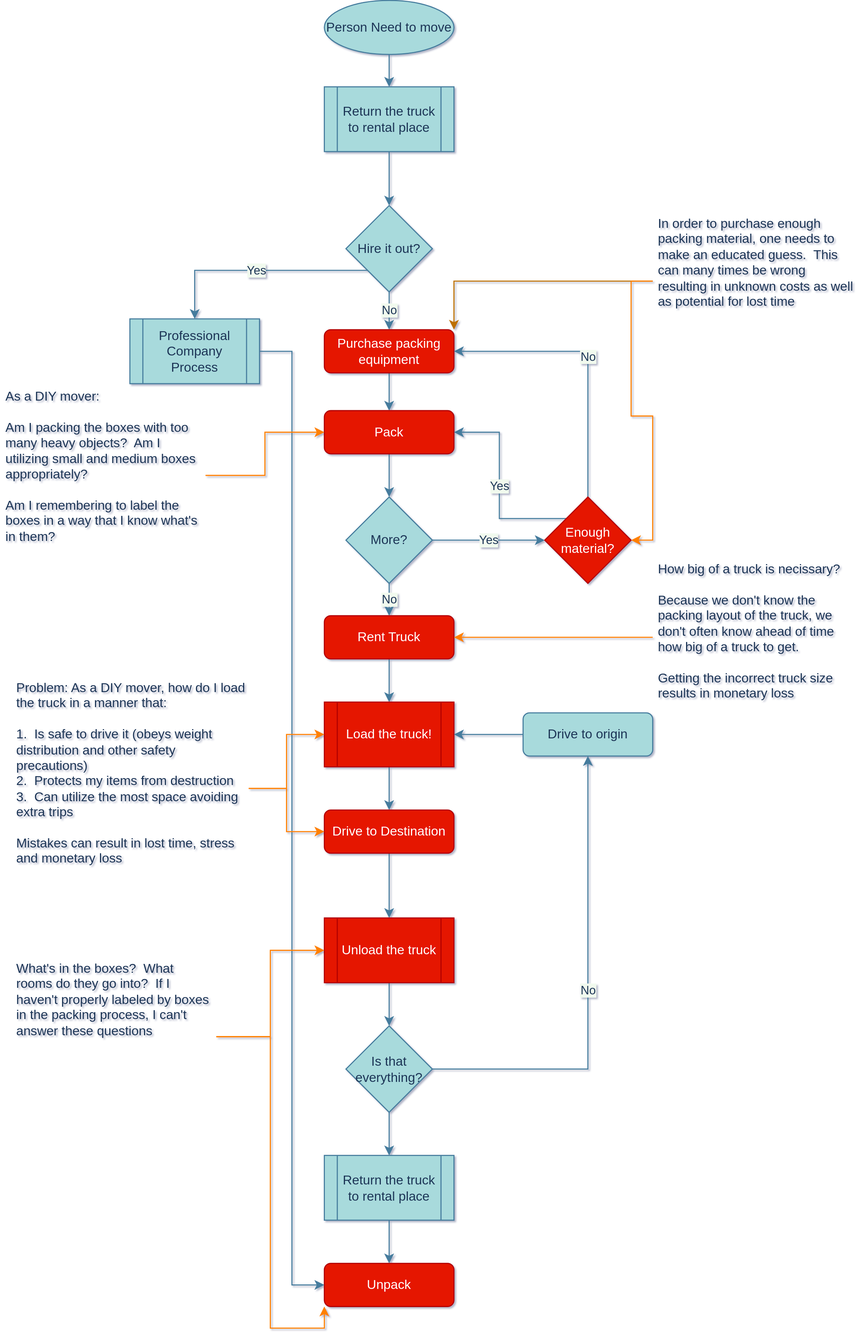
This is Documents/Moving High Level Overview.svg from LP-76/load.in, a draw.io export, as it was before one commit. Source tidied: cells renumbered, new cells last; positions are measured from the earlier drawing's top-left corner, leaving out a move shared by most shapes. Source of this version:
```xml
<mxGraphModel background="#F1FAEE" shadow="1">
  <root>
    <mxCell id="0" />
    <mxCell id="1" parent="0" />
    <mxCell id="2" style="edgeStyle=orthogonalEdgeStyle;rounded=0;jettySize=auto;html=1;entryX=0.5;entryY=0;entryDx=0;entryDy=0;labelBackgroundColor=#F1FAEE;strokeColor=#457B9D;fontColor=#1D3557;" parent="1" edge="1" source="3" target="50">
      <mxGeometry relative="1" as="geometry" />
    </mxCell>
    <mxCell id="3" value="Person Need to move" style="ellipse;whiteSpace=wrap;html=1;fillColor=#A8DADC;strokeColor=#457B9D;fontColor=#1D3557;" parent="1" vertex="1">
      <mxGeometry x="300" width="120" height="50" as="geometry" />
    </mxCell>
    <mxCell id="4" value="No" style="edgeStyle=orthogonalEdgeStyle;rounded=0;jettySize=auto;html=1;labelBackgroundColor=#F1FAEE;strokeColor=#457B9D;fontColor=#1D3557;" parent="1" edge="1" source="6" target="8">
      <mxGeometry relative="1" as="geometry" />
    </mxCell>
    <mxCell id="5" value="Yes" style="edgeStyle=orthogonalEdgeStyle;rounded=0;jettySize=auto;html=1;exitX=0;exitY=1;exitDx=0;exitDy=0;labelBackgroundColor=#F1FAEE;strokeColor=#457B9D;fontColor=#1D3557;" parent="1" edge="1" source="6" target="34">
      <mxGeometry relative="1" as="geometry" />
    </mxCell>
    <mxCell id="6" value="Hire it out?" style="rhombus;whiteSpace=wrap;html=1;fillColor=#A8DADC;strokeColor=#457B9D;fontColor=#1D3557;" parent="1" vertex="1">
      <mxGeometry x="320" y="190" width="80" height="80" as="geometry" />
    </mxCell>
    <mxCell id="7" style="edgeStyle=orthogonalEdgeStyle;rounded=0;jettySize=auto;html=1;labelBackgroundColor=#F1FAEE;strokeColor=#457B9D;fontColor=#1D3557;" parent="1" edge="1" source="8" target="10">
      <mxGeometry relative="1" as="geometry" />
    </mxCell>
    <mxCell id="8" value="Purchase packing equipment" style="rounded=1;whiteSpace=wrap;html=1;fontSize=12;glass=0;strokeWidth=1;shadow=0;fillColor=#e51400;strokeColor=#B20000;fontColor=#ffffff;" parent="1" vertex="1">
      <mxGeometry x="300" y="305" width="120" height="40" as="geometry" />
    </mxCell>
    <mxCell id="9" style="edgeStyle=orthogonalEdgeStyle;rounded=0;jettySize=auto;html=1;labelBackgroundColor=#F1FAEE;strokeColor=#457B9D;fontColor=#1D3557;" parent="1" edge="1" source="10" target="13">
      <mxGeometry relative="1" as="geometry" />
    </mxCell>
    <mxCell id="10" value="Pack" style="rounded=1;whiteSpace=wrap;html=1;fontSize=12;glass=0;strokeWidth=1;shadow=0;fillColor=#e51400;strokeColor=#B20000;fontColor=#ffffff;" parent="1" vertex="1">
      <mxGeometry x="300" y="380" width="120" height="40" as="geometry" />
    </mxCell>
    <mxCell id="11" value="Yes" style="edgeStyle=orthogonalEdgeStyle;rounded=0;jettySize=auto;html=1;labelBackgroundColor=#F1FAEE;strokeColor=#457B9D;fontColor=#1D3557;" parent="1" edge="1" source="13" target="16">
      <mxGeometry relative="1" as="geometry" />
    </mxCell>
    <mxCell id="12" value="No" style="edgeStyle=orthogonalEdgeStyle;rounded=0;jettySize=auto;html=1;labelBackgroundColor=#F1FAEE;strokeColor=#457B9D;fontColor=#1D3557;" parent="1" edge="1" source="13" target="18">
      <mxGeometry relative="1" as="geometry" />
    </mxCell>
    <mxCell id="13" value="More?" style="rhombus;whiteSpace=wrap;html=1;fillColor=#A8DADC;strokeColor=#457B9D;fontColor=#1D3557;" parent="1" vertex="1">
      <mxGeometry x="320" y="460" width="80" height="80" as="geometry" />
    </mxCell>
    <mxCell id="14" value="No" style="edgeStyle=orthogonalEdgeStyle;rounded=0;jettySize=auto;html=1;entryX=1;entryY=0.5;entryDx=0;entryDy=0;exitX=0.5;exitY=0;exitDx=0;exitDy=0;labelBackgroundColor=#F1FAEE;strokeColor=#457B9D;fontColor=#1D3557;" parent="1" edge="1" source="16" target="8">
      <mxGeometry relative="1" as="geometry" />
    </mxCell>
    <mxCell id="15" value="Yes" style="edgeStyle=orthogonalEdgeStyle;rounded=0;jettySize=auto;html=1;entryX=1;entryY=0.5;entryDx=0;entryDy=0;exitX=0;exitY=0;exitDx=0;exitDy=0;labelBackgroundColor=#F1FAEE;strokeColor=#457B9D;fontColor=#1D3557;" parent="1" edge="1" source="16" target="10">
      <mxGeometry relative="1" as="geometry" />
    </mxCell>
    <mxCell id="16" value="Enough material?" style="rhombus;whiteSpace=wrap;html=1;fillColor=#e51400;strokeColor=#B20000;fontColor=#ffffff;" parent="1" vertex="1">
      <mxGeometry x="504" y="460" width="80" height="80" as="geometry" />
    </mxCell>
    <mxCell id="17" style="edgeStyle=orthogonalEdgeStyle;rounded=0;jettySize=auto;html=1;labelBackgroundColor=#F1FAEE;strokeColor=#457B9D;fontColor=#1D3557;" parent="1" edge="1" source="18" target="20">
      <mxGeometry relative="1" as="geometry" />
    </mxCell>
    <mxCell id="18" value="Rent Truck" style="rounded=1;whiteSpace=wrap;html=1;fontSize=12;glass=0;strokeWidth=1;shadow=0;fillColor=#e51400;strokeColor=#B20000;fontColor=#ffffff;" parent="1" vertex="1">
      <mxGeometry x="300" y="570" width="120" height="40" as="geometry" />
    </mxCell>
    <mxCell id="19" style="edgeStyle=orthogonalEdgeStyle;rounded=0;jettySize=auto;html=1;labelBackgroundColor=#F1FAEE;strokeColor=#457B9D;fontColor=#1D3557;" parent="1" edge="1" source="20" target="22">
      <mxGeometry relative="1" as="geometry" />
    </mxCell>
    <mxCell id="20" value="Load the truck!" style="shape=process;whiteSpace=wrap;html=1;backgroundOutline=1;fillColor=#e51400;strokeColor=#B20000;fontColor=#ffffff;" parent="1" vertex="1">
      <mxGeometry x="300" y="650" width="120" height="60" as="geometry" />
    </mxCell>
    <mxCell id="21" style="edgeStyle=orthogonalEdgeStyle;rounded=0;jettySize=auto;html=1;labelBackgroundColor=#F1FAEE;strokeColor=#457B9D;fontColor=#1D3557;" parent="1" edge="1" source="22" target="24">
      <mxGeometry relative="1" as="geometry" />
    </mxCell>
    <mxCell id="22" value="Drive to Destination" style="rounded=1;whiteSpace=wrap;html=1;fontSize=12;glass=0;strokeWidth=1;shadow=0;fillColor=#e51400;strokeColor=#B20000;fontColor=#ffffff;" parent="1" vertex="1">
      <mxGeometry x="300" y="750" width="120" height="40" as="geometry" />
    </mxCell>
    <mxCell id="23" style="edgeStyle=orthogonalEdgeStyle;rounded=0;jettySize=auto;html=1;labelBackgroundColor=#F1FAEE;strokeColor=#457B9D;fontColor=#1D3557;" parent="1" edge="1" source="24" target="27">
      <mxGeometry relative="1" as="geometry" />
    </mxCell>
    <mxCell id="24" value="Unload the truck" style="shape=process;whiteSpace=wrap;html=1;backgroundOutline=1;fillColor=#e51400;strokeColor=#B20000;fontColor=#ffffff;" parent="1" vertex="1">
      <mxGeometry x="300" y="850" width="120" height="60" as="geometry" />
    </mxCell>
    <mxCell id="25" value="No" style="edgeStyle=orthogonalEdgeStyle;rounded=0;jettySize=auto;html=1;entryX=0.5;entryY=1;entryDx=0;entryDy=0;labelBackgroundColor=#F1FAEE;strokeColor=#457B9D;fontColor=#1D3557;" parent="1" edge="1" source="27" target="29">
      <mxGeometry relative="1" as="geometry" />
    </mxCell>
    <mxCell id="26" style="edgeStyle=orthogonalEdgeStyle;rounded=0;jettySize=auto;html=1;labelBackgroundColor=#F1FAEE;strokeColor=#457B9D;fontColor=#1D3557;" parent="1" edge="1" source="27" target="31">
      <mxGeometry relative="1" as="geometry" />
    </mxCell>
    <mxCell id="27" value="Is that everything?" style="rhombus;whiteSpace=wrap;html=1;fillColor=#A8DADC;strokeColor=#457B9D;fontColor=#1D3557;" parent="1" vertex="1">
      <mxGeometry x="320" y="950" width="80" height="80" as="geometry" />
    </mxCell>
    <mxCell id="28" style="edgeStyle=orthogonalEdgeStyle;rounded=0;jettySize=auto;html=1;labelBackgroundColor=#F1FAEE;strokeColor=#457B9D;fontColor=#1D3557;" parent="1" edge="1" source="29" target="20">
      <mxGeometry relative="1" as="geometry" />
    </mxCell>
    <mxCell id="29" value="Drive to origin" style="rounded=1;whiteSpace=wrap;html=1;fontSize=12;glass=0;strokeWidth=1;shadow=0;fillColor=#A8DADC;strokeColor=#457B9D;fontColor=#1D3557;" parent="1" vertex="1">
      <mxGeometry x="484" y="660" width="120" height="40" as="geometry" />
    </mxCell>
    <mxCell id="30" style="edgeStyle=orthogonalEdgeStyle;rounded=0;jettySize=auto;html=1;labelBackgroundColor=#F1FAEE;strokeColor=#457B9D;fontColor=#1D3557;" parent="1" edge="1" source="31" target="32">
      <mxGeometry relative="1" as="geometry" />
    </mxCell>
    <mxCell id="31" value="Return the truck to rental place" style="shape=process;whiteSpace=wrap;html=1;backgroundOutline=1;fillColor=#A8DADC;strokeColor=#457B9D;fontColor=#1D3557;" parent="1" vertex="1">
      <mxGeometry x="300" y="1070" width="120" height="60" as="geometry" />
    </mxCell>
    <mxCell id="32" value="Unpack" style="rounded=1;whiteSpace=wrap;html=1;fontSize=12;glass=0;strokeWidth=1;shadow=0;fillColor=#e51400;strokeColor=#B20000;fontColor=#ffffff;" parent="1" vertex="1">
      <mxGeometry x="300" y="1170" width="120" height="40" as="geometry" />
    </mxCell>
    <mxCell id="33" style="edgeStyle=orthogonalEdgeStyle;rounded=0;jettySize=auto;html=1;entryX=0;entryY=0.5;entryDx=0;entryDy=0;labelBackgroundColor=#F1FAEE;strokeColor=#457B9D;fontColor=#1D3557;" parent="1" edge="1" source="34" target="32">
      <mxGeometry relative="1" as="geometry" />
    </mxCell>
    <mxCell id="34" value="Professional Company Process" style="shape=process;whiteSpace=wrap;html=1;backgroundOutline=1;fillColor=#A8DADC;strokeColor=#457B9D;fontColor=#1D3557;" parent="1" vertex="1">
      <mxGeometry x="120" y="295" width="120" height="60" as="geometry" />
    </mxCell>
    <mxCell id="35" style="edgeStyle=orthogonalEdgeStyle;rounded=0;jettySize=auto;html=1;strokeColor=#BD7000;entryX=1;entryY=0;entryDx=0;entryDy=0;labelBackgroundColor=#F1FAEE;fontColor=#1D3557;fillColor=#f0a30a;" parent="1" edge="1" source="37" target="8">
      <mxGeometry relative="1" as="geometry" />
    </mxCell>
    <mxCell id="36" style="edgeStyle=orthogonalEdgeStyle;rounded=0;jettySize=auto;html=1;entryX=1;entryY=0.5;entryDx=0;entryDy=0;labelBackgroundColor=#F1FAEE;fontColor=#1D3557;strokeColor=#FF8000;" parent="1" edge="1" source="37" target="16">
      <mxGeometry relative="1" as="geometry" />
    </mxCell>
    <mxCell id="37" value="In order to purchase enough packing material, one needs to make an educated guess.&amp;nbsp; This can many times be wrong resulting in unknown costs as well as potential for lost time" style="text;html=1;strokeColor=none;fillColor=none;spacing=5;spacingTop=-20;whiteSpace=wrap;overflow=hidden;rounded=0;fontColor=#1D3557;" parent="1" vertex="1">
      <mxGeometry x="604" y="210" width="190" height="100" as="geometry" />
    </mxCell>
    <mxCell id="38" style="edgeStyle=orthogonalEdgeStyle;rounded=0;jettySize=auto;html=1;labelBackgroundColor=#F1FAEE;fontColor=#1D3557;strokeColor=#FF8000;" parent="1" edge="1" source="39" target="18">
      <mxGeometry relative="1" as="geometry" />
    </mxCell>
    <mxCell id="39" value="&lt;div&gt;How big of a truck is necissary?&lt;/div&gt;&lt;div&gt;&lt;br&gt;&lt;/div&gt;&lt;div&gt;Because we don't know the packing layout of the truck, we don't often know ahead of time how big of a truck to get.&lt;/div&gt;&lt;div&gt;&lt;br&gt;&lt;/div&gt;&lt;div&gt;Getting the incorrect truck size results in monetary loss&lt;br&gt;&lt;/div&gt;" style="text;html=1;strokeColor=none;fillColor=none;spacing=5;spacingTop=-20;whiteSpace=wrap;overflow=hidden;rounded=0;fontColor=#1D3557;" parent="1" vertex="1">
      <mxGeometry x="604" y="530" width="190" height="120" as="geometry" />
    </mxCell>
    <mxCell id="40" style="edgeStyle=orthogonalEdgeStyle;rounded=0;jettySize=auto;html=1;labelBackgroundColor=#F1FAEE;fontColor=#1D3557;strokeColor=#FF8000;" parent="1" edge="1" source="42" target="20">
      <mxGeometry relative="1" as="geometry" />
    </mxCell>
    <mxCell id="41" style="edgeStyle=orthogonalEdgeStyle;rounded=0;jettySize=auto;html=1;labelBackgroundColor=#F1FAEE;fontColor=#1D3557;strokeColor=#FF8000;" parent="1" edge="1" source="42" target="22">
      <mxGeometry relative="1" as="geometry" />
    </mxCell>
    <mxCell id="42" value="&lt;div&gt;Problem: As a DIY mover, how do I load the truck in a manner that:&lt;/div&gt;&lt;div&gt;&lt;br&gt;&lt;/div&gt;&lt;div&gt;1.&amp;nbsp; Is safe to drive it (obeys weight distribution and other safety precautions)&lt;br&gt;&lt;/div&gt;&lt;div&gt;2.&amp;nbsp; Protects my items from destruction&lt;/div&gt;&lt;div&gt;3.&amp;nbsp; Can utilize the most space avoiding extra trips&lt;/div&gt;&lt;div&gt;&lt;br&gt;&lt;/div&gt;&lt;div&gt;Mistakes can result in lost time, stress and monetary loss&lt;br&gt;&lt;/div&gt;" style="text;html=1;strokeColor=none;fillColor=none;spacing=5;spacingTop=-20;whiteSpace=wrap;overflow=hidden;rounded=0;fontColor=#1D3557;" parent="1" vertex="1">
      <mxGeometry x="10" y="640" width="220" height="180" as="geometry" />
    </mxCell>
    <mxCell id="43" style="edgeStyle=orthogonalEdgeStyle;rounded=0;jettySize=auto;html=1;entryX=0;entryY=0.5;entryDx=0;entryDy=0;labelBackgroundColor=#F1FAEE;fontColor=#1D3557;strokeColor=#FF8000;" parent="1" edge="1" source="45" target="24">
      <mxGeometry relative="1" as="geometry" />
    </mxCell>
    <mxCell id="44" style="edgeStyle=orthogonalEdgeStyle;rounded=0;jettySize=auto;html=1;entryX=0;entryY=1;entryDx=0;entryDy=0;labelBackgroundColor=#F1FAEE;fontColor=#1D3557;strokeColor=#FF8000;" parent="1" edge="1" source="45" target="32">
      <mxGeometry relative="1" as="geometry" />
    </mxCell>
    <mxCell id="45" value="What's in the boxes?&amp;nbsp; What rooms do they go into?&amp;nbsp; If I haven't properly labeled by boxes in the packing process, I can't answer these questions" style="text;html=1;strokeColor=none;fillColor=none;spacing=5;spacingTop=-20;whiteSpace=wrap;overflow=hidden;rounded=0;fontColor=#1D3557;" parent="1" vertex="1">
      <mxGeometry x="10" y="900" width="190" height="120" as="geometry" />
    </mxCell>
    <mxCell id="46" style="edgeStyle=orthogonalEdgeStyle;rounded=0;orthogonalLoop=1;jettySize=auto;html=1;exitX=0.5;exitY=1;exitDx=0;exitDy=0;strokeColor=#457B9D;labelBackgroundColor=#F1FAEE;fontColor=#1D3557;" parent="1" edge="1" source="45" target="45">
      <mxGeometry relative="1" as="geometry" />
    </mxCell>
    <mxCell id="47" style="edgeStyle=orthogonalEdgeStyle;rounded=0;jettySize=auto;html=1;labelBackgroundColor=#F1FAEE;fontColor=#1D3557;strokeColor=#FF8000;" parent="1" edge="1" source="48" target="10">
      <mxGeometry relative="1" as="geometry" />
    </mxCell>
    <mxCell id="48" value="&lt;div&gt;As a DIY mover:&lt;/div&gt;&lt;div&gt;&lt;br&gt;&lt;/div&gt;&lt;div&gt;Am I packing the boxes with too many heavy objects?&amp;nbsp; Am I utilizing small and medium boxes appropriately?&lt;br&gt;&lt;/div&gt;&lt;div&gt;&lt;br&gt;&lt;/div&gt;&lt;div&gt;Am I remembering to label the boxes in a way that I know what's in them?&lt;br&gt;&lt;/div&gt;" style="text;html=1;strokeColor=none;fillColor=none;spacing=5;spacingTop=-20;whiteSpace=wrap;overflow=hidden;rounded=0;fontColor=#1D3557;" parent="1" vertex="1">
      <mxGeometry y="370" width="190" height="140" as="geometry" />
    </mxCell>
    <mxCell id="49" style="edgeStyle=orthogonalEdgeStyle;rounded=0;jettySize=auto;html=1;entryX=0.5;entryY=0;entryDx=0;entryDy=0;strokeColor=#457B9D;" parent="1" edge="1" source="50" target="6">
      <mxGeometry relative="1" as="geometry" />
    </mxCell>
    <mxCell id="50" value="Return the truck to rental place" style="shape=process;whiteSpace=wrap;html=1;backgroundOutline=1;fillColor=#A8DADC;strokeColor=#457B9D;fontColor=#1D3557;" parent="1" vertex="1">
      <mxGeometry x="300" y="80" width="120" height="60" as="geometry" />
    </mxCell>
  </root>
</mxGraphModel>
```
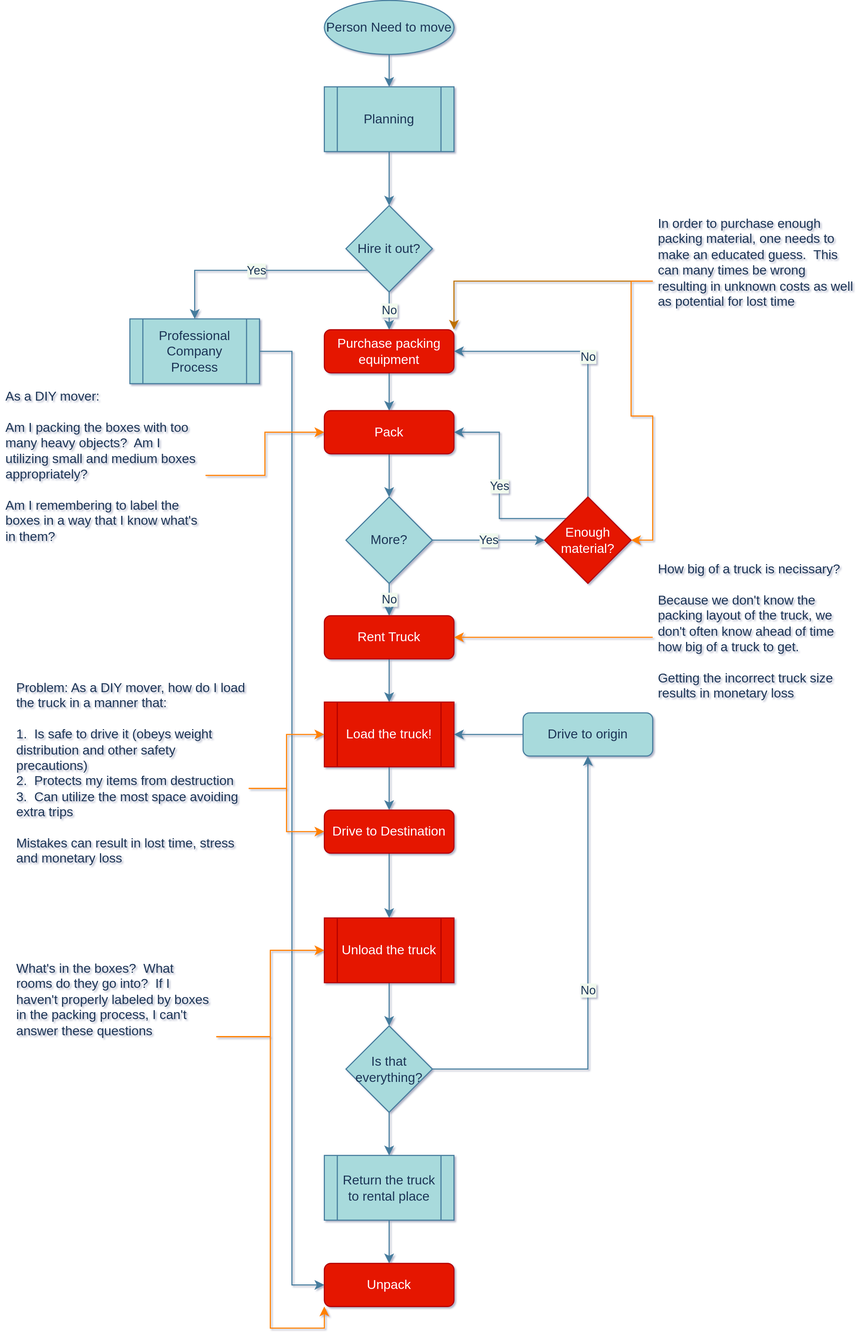
The same diagram one commit later.

The edit, as a diff of the source:
```diff
@@ -146,7 +146,7 @@
     <mxCell id="49" style="edgeStyle=orthogonalEdgeStyle;rounded=0;jettySize=auto;html=1;entryX=0.5;entryY=0;entryDx=0;entryDy=0;strokeColor=#457B9D;" parent="1" edge="1" source="50" target="6">
       <mxGeometry relative="1" as="geometry" />
     </mxCell>
-    <mxCell id="50" value="Return the truck to rental place" style="shape=process;whiteSpace=wrap;html=1;backgroundOutline=1;fillColor=#A8DADC;strokeColor=#457B9D;fontColor=#1D3557;" parent="1" vertex="1">
+    <mxCell id="50" value="Planning" style="shape=process;whiteSpace=wrap;html=1;backgroundOutline=1;fillColor=#A8DADC;strokeColor=#457B9D;fontColor=#1D3557;" parent="1" vertex="1">
       <mxGeometry x="300" y="80" width="120" height="60" as="geometry" />
     </mxCell>
   </root>
```
